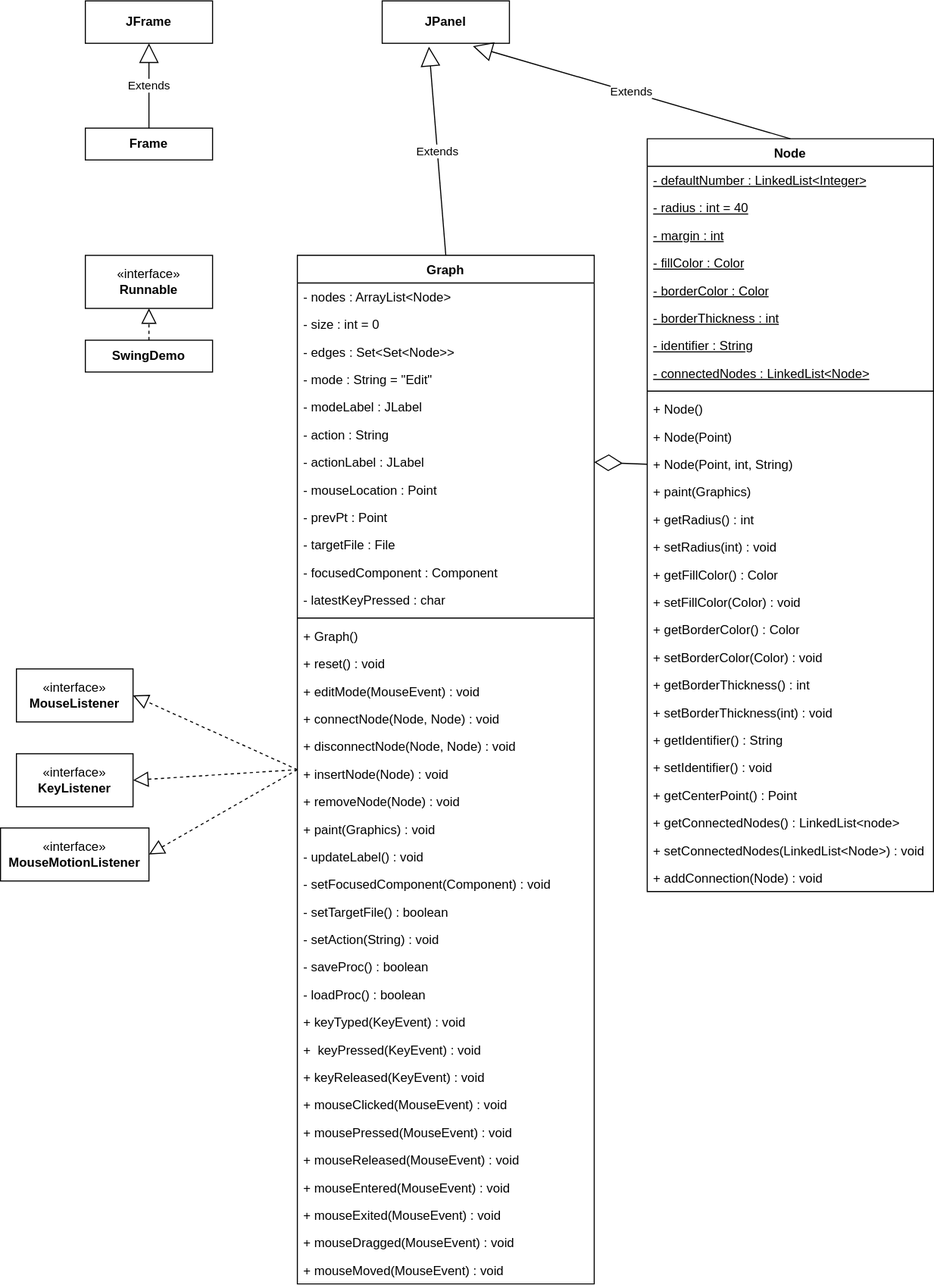
The draw.io diagram assets/GUI.drawio.svg in Ezo-Tanuki/Graph-GUI, before a commit. Source tidied: cells renumbered, new cells last; positions are measured from the earlier drawing's top-left corner, leaving out a move shared by most shapes.
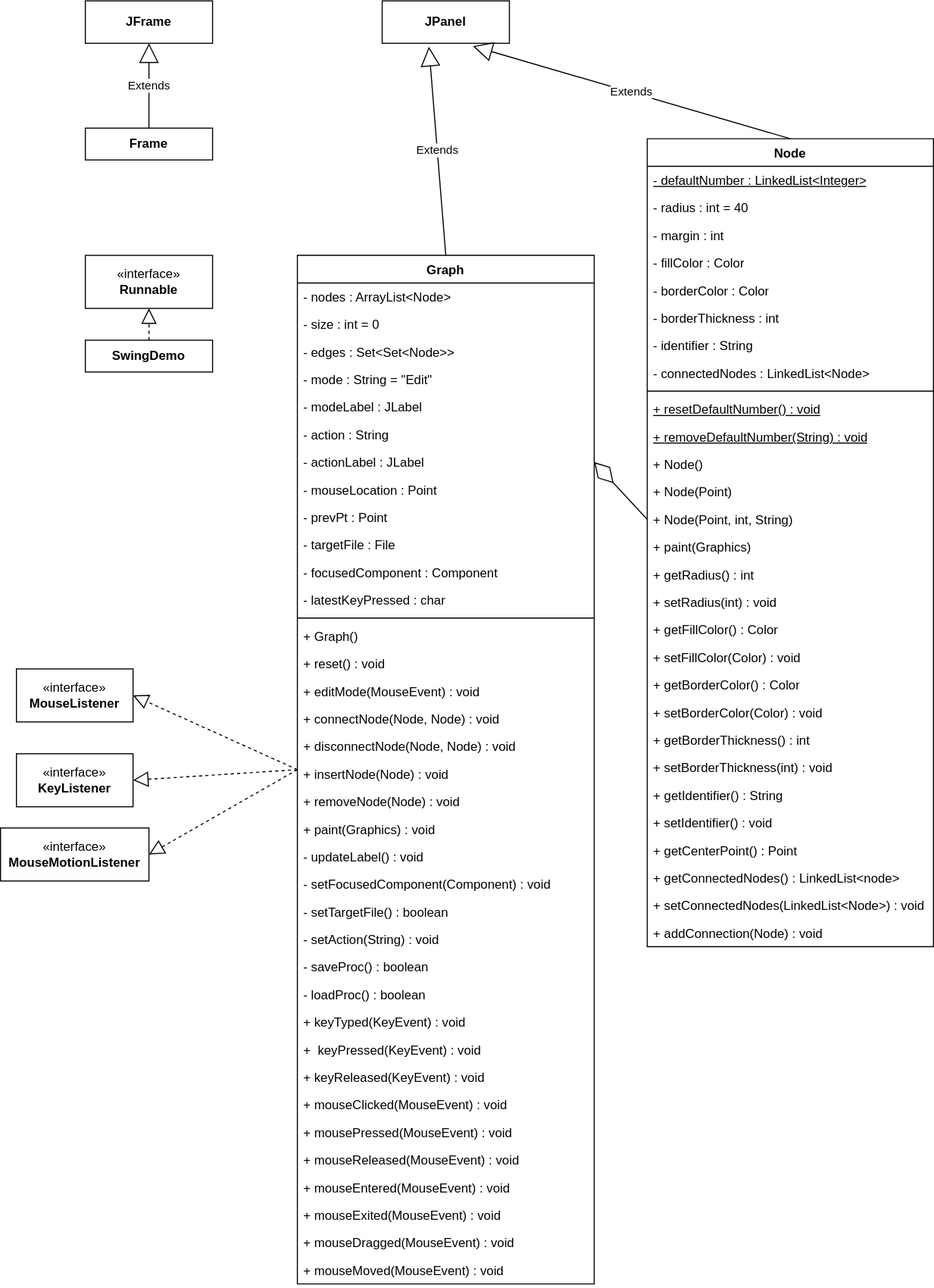
After the commit.

What changed in the source:
```diff
@@ -117,88 +117,94 @@
       <mxGeometry y="944" width="280" height="26" as="geometry" />
     </mxCell>
     <mxCell id="40" value="Node" style="swimlane;fontStyle=1;align=center;verticalAlign=top;horizontal=1;startSize=26;whiteSpace=wrap;html=1;" parent="1" vertex="1">
-      <mxGeometry x="610" y="130" width="270" height="710" as="geometry" />
+      <mxGeometry x="610" y="130" width="270" height="762" as="geometry" />
     </mxCell>
     <mxCell id="41" value="- defaultNumber : LinkedList&amp;lt;Integer&amp;gt;" style="text;strokeColor=none;fillColor=none;align=left;verticalAlign=top;spacingLeft=4;spacingRight=4;overflow=hidden;whiteSpace=wrap;html=1;fontStyle=4;" parent="40" vertex="1">
       <mxGeometry y="26" width="270" height="26" as="geometry" />
     </mxCell>
-    <mxCell id="42" value="- radius : int = 40" style="text;strokeColor=none;fillColor=none;align=left;verticalAlign=top;spacingLeft=4;spacingRight=4;overflow=hidden;whiteSpace=wrap;html=1;fontStyle=4;" parent="40" vertex="1">
+    <mxCell id="42" value="- radius : int = 40" style="text;strokeColor=none;fillColor=none;align=left;verticalAlign=top;spacingLeft=4;spacingRight=4;overflow=hidden;whiteSpace=wrap;html=1;fontStyle=0;" parent="40" vertex="1">
       <mxGeometry y="52" width="270" height="26" as="geometry" />
     </mxCell>
-    <mxCell id="43" value="- margin : int" style="text;strokeColor=none;fillColor=none;align=left;verticalAlign=top;spacingLeft=4;spacingRight=4;overflow=hidden;whiteSpace=wrap;html=1;fontStyle=4;" parent="40" vertex="1">
+    <mxCell id="43" value="- margin : int" style="text;strokeColor=none;fillColor=none;align=left;verticalAlign=top;spacingLeft=4;spacingRight=4;overflow=hidden;whiteSpace=wrap;html=1;fontStyle=0;" parent="40" vertex="1">
       <mxGeometry y="78" width="270" height="26" as="geometry" />
     </mxCell>
-    <mxCell id="44" value="- fillColor : Color" style="text;strokeColor=none;fillColor=none;align=left;verticalAlign=top;spacingLeft=4;spacingRight=4;overflow=hidden;whiteSpace=wrap;html=1;fontStyle=4;" parent="40" vertex="1">
+    <mxCell id="44" value="- fillColor : Color" style="text;strokeColor=none;fillColor=none;align=left;verticalAlign=top;spacingLeft=4;spacingRight=4;overflow=hidden;whiteSpace=wrap;html=1;fontStyle=0;" parent="40" vertex="1">
       <mxGeometry y="104" width="270" height="26" as="geometry" />
     </mxCell>
-    <mxCell id="45" value="- borderColor : Color" style="text;strokeColor=none;fillColor=none;align=left;verticalAlign=top;spacingLeft=4;spacingRight=4;overflow=hidden;whiteSpace=wrap;html=1;fontStyle=4;" parent="40" vertex="1">
+    <mxCell id="45" value="- borderColor : Color" style="text;strokeColor=none;fillColor=none;align=left;verticalAlign=top;spacingLeft=4;spacingRight=4;overflow=hidden;whiteSpace=wrap;html=1;fontStyle=0;" parent="40" vertex="1">
       <mxGeometry y="130" width="270" height="26" as="geometry" />
     </mxCell>
-    <mxCell id="46" value="- borderThickness : int" style="text;strokeColor=none;fillColor=none;align=left;verticalAlign=top;spacingLeft=4;spacingRight=4;overflow=hidden;whiteSpace=wrap;html=1;fontStyle=4;" parent="40" vertex="1">
+    <mxCell id="46" value="- borderThickness : int" style="text;strokeColor=none;fillColor=none;align=left;verticalAlign=top;spacingLeft=4;spacingRight=4;overflow=hidden;whiteSpace=wrap;html=1;fontStyle=0;" parent="40" vertex="1">
       <mxGeometry y="156" width="270" height="26" as="geometry" />
     </mxCell>
-    <mxCell id="47" value="- identifier : String" style="text;strokeColor=none;fillColor=none;align=left;verticalAlign=top;spacingLeft=4;spacingRight=4;overflow=hidden;whiteSpace=wrap;html=1;fontStyle=4;" parent="40" vertex="1">
+    <mxCell id="47" value="- identifier : String" style="text;strokeColor=none;fillColor=none;align=left;verticalAlign=top;spacingLeft=4;spacingRight=4;overflow=hidden;whiteSpace=wrap;html=1;fontStyle=0;" parent="40" vertex="1">
       <mxGeometry y="182" width="270" height="26" as="geometry" />
     </mxCell>
-    <mxCell id="48" value="- connectedNodes : LinkedList&amp;lt;Node&amp;gt;" style="text;strokeColor=none;fillColor=none;align=left;verticalAlign=top;spacingLeft=4;spacingRight=4;overflow=hidden;whiteSpace=wrap;html=1;fontStyle=4;" parent="40" vertex="1">
+    <mxCell id="48" value="- connectedNodes : LinkedList&amp;lt;Node&amp;gt;" style="text;strokeColor=none;fillColor=none;align=left;verticalAlign=top;spacingLeft=4;spacingRight=4;overflow=hidden;whiteSpace=wrap;html=1;fontStyle=0;" parent="40" vertex="1">
       <mxGeometry y="208" width="270" height="26" as="geometry" />
     </mxCell>
     <mxCell id="49" style="line;strokeWidth=1;fillColor=none;align=left;verticalAlign=middle;spacingTop=-1;spacingLeft=3;spacingRight=3;labelPosition=right;strokeColor=inherit;" parent="40" vertex="1">
       <mxGeometry y="234" width="270" height="8" as="geometry" />
     </mxCell>
+    <mxCell id="84" value="+ resetDefaultNumber() : void" style="text;strokeColor=none;fillColor=none;align=left;verticalAlign=top;spacingLeft=4;spacingRight=4;overflow=hidden;whiteSpace=wrap;html=1;fontStyle=4;" parent="40" vertex="1">
+      <mxGeometry y="242" width="270" height="26" as="geometry" />
+    </mxCell>
+    <mxCell id="85" value="+ removeDefaultNumber(String) : void" style="text;strokeColor=none;fillColor=none;align=left;verticalAlign=top;spacingLeft=4;spacingRight=4;overflow=hidden;whiteSpace=wrap;html=1;fontStyle=4;" parent="40" vertex="1">
+      <mxGeometry y="268" width="270" height="26" as="geometry" />
+    </mxCell>
     <mxCell id="50" value="+ Node()" style="text;strokeColor=none;fillColor=none;align=left;verticalAlign=top;spacingLeft=4;spacingRight=4;overflow=hidden;whiteSpace=wrap;html=1;" parent="40" vertex="1">
-      <mxGeometry y="242" width="270" height="26" as="geometry" />
+      <mxGeometry y="294" width="270" height="26" as="geometry" />
     </mxCell>
     <mxCell id="51" value="+ Node(Point)" style="text;strokeColor=none;fillColor=none;align=left;verticalAlign=top;spacingLeft=4;spacingRight=4;overflow=hidden;whiteSpace=wrap;html=1;" parent="40" vertex="1">
-      <mxGeometry y="268" width="270" height="26" as="geometry" />
+      <mxGeometry y="320" width="270" height="26" as="geometry" />
     </mxCell>
     <mxCell id="52" value="+ Node(Point, int, String)" style="text;strokeColor=none;fillColor=none;align=left;verticalAlign=top;spacingLeft=4;spacingRight=4;overflow=hidden;points=[[0,0.5],[1,0.5]];portConstraint=eastwest;whiteSpace=wrap;html=1;" parent="40" vertex="1">
-      <mxGeometry y="294" width="270" height="26" as="geometry" />
+      <mxGeometry y="346" width="270" height="26" as="geometry" />
     </mxCell>
     <mxCell id="53" value="+ paint(Graphics)" style="text;strokeColor=none;fillColor=none;align=left;verticalAlign=top;spacingLeft=4;spacingRight=4;overflow=hidden;whiteSpace=wrap;html=1;" parent="40" vertex="1">
-      <mxGeometry y="320" width="270" height="26" as="geometry" />
+      <mxGeometry y="372" width="270" height="26" as="geometry" />
     </mxCell>
     <mxCell id="54" value="+ getRadius() : int" style="text;strokeColor=none;fillColor=none;align=left;verticalAlign=top;spacingLeft=4;spacingRight=4;overflow=hidden;whiteSpace=wrap;html=1;" parent="40" vertex="1">
-      <mxGeometry y="346" width="270" height="26" as="geometry" />
+      <mxGeometry y="398" width="270" height="26" as="geometry" />
     </mxCell>
     <mxCell id="55" value="+ setRadius(int) : void" style="text;strokeColor=none;fillColor=none;align=left;verticalAlign=top;spacingLeft=4;spacingRight=4;overflow=hidden;whiteSpace=wrap;html=1;" parent="40" vertex="1">
-      <mxGeometry y="372" width="270" height="26" as="geometry" />
+      <mxGeometry y="424" width="270" height="26" as="geometry" />
     </mxCell>
     <mxCell id="56" value="+ getFillColor() : Color" style="text;strokeColor=none;fillColor=none;align=left;verticalAlign=top;spacingLeft=4;spacingRight=4;overflow=hidden;whiteSpace=wrap;html=1;" parent="40" vertex="1">
-      <mxGeometry y="398" width="270" height="26" as="geometry" />
+      <mxGeometry y="450" width="270" height="26" as="geometry" />
     </mxCell>
     <mxCell id="57" value="+ setFillColor(Color) : void" style="text;strokeColor=none;fillColor=none;align=left;verticalAlign=top;spacingLeft=4;spacingRight=4;overflow=hidden;whiteSpace=wrap;html=1;" parent="40" vertex="1">
-      <mxGeometry y="424" width="270" height="26" as="geometry" />
+      <mxGeometry y="476" width="270" height="26" as="geometry" />
     </mxCell>
     <mxCell id="58" value="+ getBorderColor() : Color" style="text;strokeColor=none;fillColor=none;align=left;verticalAlign=top;spacingLeft=4;spacingRight=4;overflow=hidden;whiteSpace=wrap;html=1;" parent="40" vertex="1">
-      <mxGeometry y="450" width="270" height="26" as="geometry" />
+      <mxGeometry y="502" width="270" height="26" as="geometry" />
     </mxCell>
     <mxCell id="59" value="+ setBorderColor(Color) : void" style="text;strokeColor=none;fillColor=none;align=left;verticalAlign=top;spacingLeft=4;spacingRight=4;overflow=hidden;whiteSpace=wrap;html=1;" parent="40" vertex="1">
-      <mxGeometry y="476" width="270" height="26" as="geometry" />
+      <mxGeometry y="528" width="270" height="26" as="geometry" />
     </mxCell>
     <mxCell id="60" value="+ getBorderThickness() : int" style="text;strokeColor=none;fillColor=none;align=left;verticalAlign=top;spacingLeft=4;spacingRight=4;overflow=hidden;whiteSpace=wrap;html=1;" parent="40" vertex="1">
-      <mxGeometry y="502" width="270" height="26" as="geometry" />
+      <mxGeometry y="554" width="270" height="26" as="geometry" />
     </mxCell>
     <mxCell id="61" value="+ setBorderThickness(int) : void" style="text;strokeColor=none;fillColor=none;align=left;verticalAlign=top;spacingLeft=4;spacingRight=4;overflow=hidden;whiteSpace=wrap;html=1;" parent="40" vertex="1">
-      <mxGeometry y="528" width="270" height="26" as="geometry" />
+      <mxGeometry y="580" width="270" height="26" as="geometry" />
     </mxCell>
     <mxCell id="62" value="+ getIdentifier() : String" style="text;strokeColor=none;fillColor=none;align=left;verticalAlign=top;spacingLeft=4;spacingRight=4;overflow=hidden;whiteSpace=wrap;html=1;" parent="40" vertex="1">
-      <mxGeometry y="554" width="270" height="26" as="geometry" />
+      <mxGeometry y="606" width="270" height="26" as="geometry" />
     </mxCell>
     <mxCell id="63" value="+ setIdentifier() : void" style="text;strokeColor=none;fillColor=none;align=left;verticalAlign=top;spacingLeft=4;spacingRight=4;overflow=hidden;whiteSpace=wrap;html=1;" parent="40" vertex="1">
-      <mxGeometry y="580" width="270" height="26" as="geometry" />
+      <mxGeometry y="632" width="270" height="26" as="geometry" />
     </mxCell>
     <mxCell id="64" value="+ getCenterPoint() : Point" style="text;strokeColor=none;fillColor=none;align=left;verticalAlign=top;spacingLeft=4;spacingRight=4;overflow=hidden;whiteSpace=wrap;html=1;" parent="40" vertex="1">
-      <mxGeometry y="606" width="270" height="26" as="geometry" />
+      <mxGeometry y="658" width="270" height="26" as="geometry" />
     </mxCell>
     <mxCell id="65" value="+ getConnectedNodes() : LinkedList&amp;lt;node&amp;gt;" style="text;strokeColor=none;fillColor=none;align=left;verticalAlign=top;spacingLeft=4;spacingRight=4;overflow=hidden;whiteSpace=wrap;html=1;" parent="40" vertex="1">
-      <mxGeometry y="632" width="270" height="26" as="geometry" />
+      <mxGeometry y="684" width="270" height="26" as="geometry" />
     </mxCell>
     <mxCell id="66" value="+ setConnectedNodes(LinkedList&amp;lt;Node&amp;gt;) : void" style="text;strokeColor=none;fillColor=none;align=left;verticalAlign=top;spacingLeft=4;spacingRight=4;overflow=hidden;whiteSpace=wrap;html=1;" parent="40" vertex="1">
-      <mxGeometry y="658" width="270" height="26" as="geometry" />
+      <mxGeometry y="710" width="270" height="26" as="geometry" />
     </mxCell>
     <mxCell id="67" value="+ addConnection(Node) : void" style="text;strokeColor=none;fillColor=none;align=left;verticalAlign=top;spacingLeft=4;spacingRight=4;overflow=hidden;whiteSpace=wrap;html=1;" parent="40" vertex="1">
-      <mxGeometry y="684" width="270" height="26" as="geometry" />
+      <mxGeometry y="736" width="270" height="26" as="geometry" />
     </mxCell>
     <mxCell id="68" style="endArrow=diamondThin;endFill=0;endSize=24;html=1;rounded=0;entryX=1;entryY=0.5;entryDx=0;entryDy=0;exitX=0;exitY=0.5;exitDx=0;exitDy=0;" parent="1" edge="1" source="52" target="9">
       <mxGeometry relative="1" as="geometry" />
```
